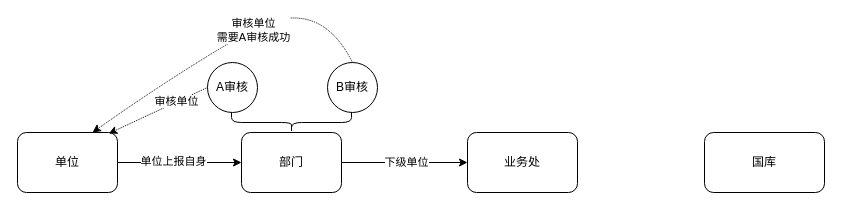
The draw.io diagram 普通审核.drawio in 1148118271/images, before the edit. Source tidied: cells renumbered, new cells numbered last; positions are measured from the earlier drawing's top-left corner, leaving out a move shared by most shapes. Both pictures are drawn from the tidied source at 100%, with x=0, y=0 at pixel (17, -8).
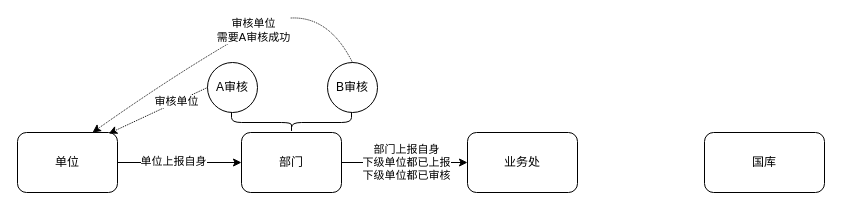
After the change.

Commit message (it also covers changes not shown here):
更新普通审核.drawio

What changed in the source:
```diff
@@
 <mxGraphModel>
   <root>
     <mxCell id="0" />
     <mxCell id="1" parent="0" />
     <mxCell id="2" value="单位" style="rounded=1;whiteSpace=wrap;html=1;" parent="1" vertex="1">
       <mxGeometry y="140" width="100" height="60" as="geometry" />
     </mxCell>
     <mxCell id="3" value="部门" style="rounded=1;whiteSpace=wrap;html=1;" parent="1" vertex="1">
       <mxGeometry x="224" y="140" width="100" height="60" as="geometry" />
     </mxCell>
     <mxCell id="4" value="业务处" style="rounded=1;whiteSpace=wrap;html=1;" parent="1" vertex="1">
       <mxGeometry x="450" y="140" width="110" height="60" as="geometry" />
     </mxCell>
     <mxCell id="5" value="国库" style="rounded=1;whiteSpace=wrap;html=1;" parent="1" vertex="1">
       <mxGeometry x="687" y="140" width="120" height="60" as="geometry" />
     </mxCell>
     <mxCell id="6" value="A审核" style="ellipse;whiteSpace=wrap;html=1;" parent="1" vertex="1">
       <mxGeometry x="190" y="70" width="50" height="50" as="geometry" />
     </mxCell>
     <mxCell id="7" value="B审核" style="ellipse;whiteSpace=wrap;html=1;" parent="1" vertex="1">
       <mxGeometry x="310" y="70" width="50" height="50" as="geometry" />
     </mxCell>
     <mxCell id="8" style="endArrow=classic;html=1;rounded=0;exitX=1;exitY=0.5;exitDx=0;exitDy=0;entryX=0;entryY=0.5;entryDx=0;entryDy=0;" parent="1" edge="1" source="2" target="3">
       <mxGeometry relative="1" as="geometry" />
     </mxCell>
     <mxCell id="9" value="单位上报自身" style="edgeLabel;html=1;align=center;verticalAlign=middle;" parent="8" vertex="1">
       <mxGeometry x="-0.11" y="2" relative="1" as="geometry" />
     </mxCell>
     <mxCell id="10" style="endArrow=classic;html=1;rounded=0;exitX=1;exitY=0.5;exitDx=0;exitDy=0;entryX=0;entryY=0.5;entryDx=0;entryDy=0;" parent="1" edge="1" source="3" target="4">
       <mxGeometry relative="1" as="geometry" />
     </mxCell>
-    <mxCell id="11" value="下级单位" style="edgeLabel;html=1;align=center;verticalAlign=middle;" parent="10" vertex="1">
+    <mxCell id="11" value="部门上报自身&lt;div&gt;下级单位都已上报&lt;/div&gt;&lt;div&gt;下级单位都已审核&lt;/div&gt;" style="edgeLabel;html=1;align=center;verticalAlign=middle;" parent="10" vertex="1">
       <mxGeometry x="0.02" y="1" relative="1" as="geometry" />
     </mxCell>
     <mxCell id="12" style="shape=curlyBracket;whiteSpace=wrap;html=1;rounded=1;flipH=1;labelPosition=right;verticalLabelPosition=middle;align=left;verticalAlign=middle;size=0.5;rotation=90;" parent="1" vertex="1">
       <mxGeometry x="264" y="70" width="20" height="120" as="geometry" />
     </mxCell>
     <mxCell id="13" style="endArrow=classic;html=1;rounded=0;exitX=0;exitY=0.5;exitDx=0;exitDy=0;entryX=0.913;entryY=0.017;entryDx=0;entryDy=0;entryPerimeter=0;dashed=1;dashPattern=1 1;" parent="1" edge="1" source="6" target="2">
       <mxGeometry relative="1" as="geometry" />
     </mxCell>
     <mxCell id="14" value="审核单位" style="edgeLabel;html=1;align=center;verticalAlign=middle;" parent="13" vertex="1">
       <mxGeometry x="-0.38" y="-1" relative="1" as="geometry" />
     </mxCell>
     <mxCell id="15" style="curved=1;endArrow=classic;html=1;rounded=0;exitX=0.5;exitY=0;exitDx=0;exitDy=0;entryX=0.75;entryY=0;entryDx=0;entryDy=0;dashed=1;dashPattern=1 1;" parent="1" edge="1" source="7" target="2">
       <mxGeometry relative="1" as="geometry">
         <Array as="points">
           <mxPoint x="300" />
           <mxPoint x="160" y="80" />
         </Array>
       </mxGeometry>
     </mxCell>
     <mxCell id="16" value="审核单位&lt;div&gt;需要A审核成功&lt;/div&gt;" style="edgeLabel;html=1;align=center;verticalAlign=middle;" parent="15" vertex="1">
       <mxGeometry x="-0.11" y="1" relative="1" as="geometry" />
     </mxCell>
   </root>
 </mxGraphModel>
```
